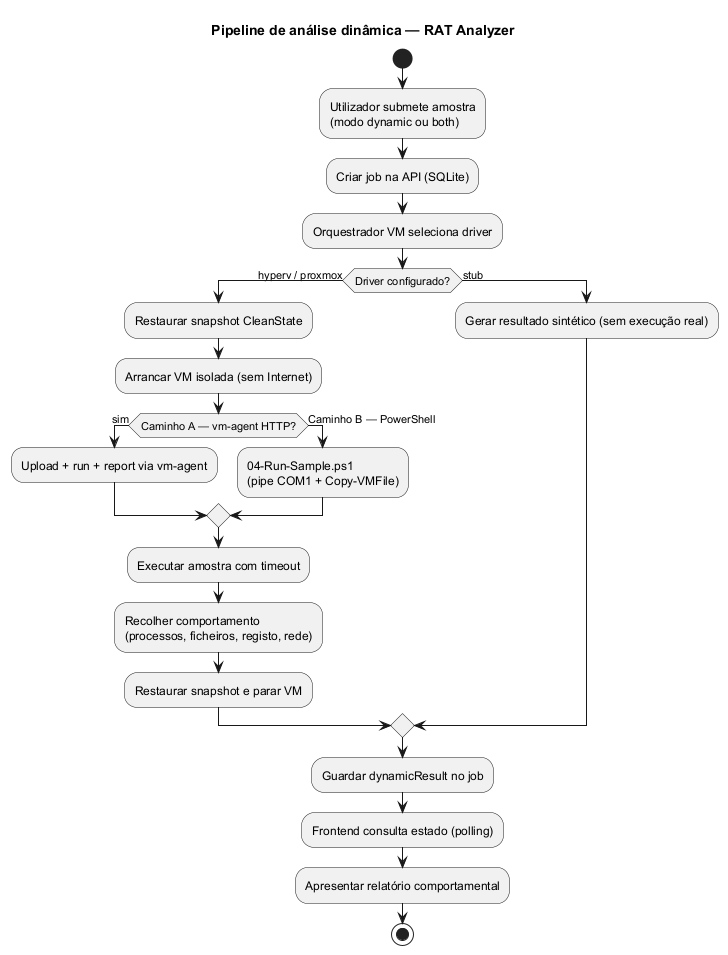
The PlantUML diagram relatório/imagens/fig-4-3-activity-dynamic.png in tlxp/PROJETO, before a commit. Source of this version:
```plantuml
@startuml fig-4-3-activity-dynamic
title Pipeline de análise dinâmica — RAT Analyzer

start
:Utilizador submete amostra\n(modo dynamic ou both);
:Criar job na API (SQLite);
:Orquestrador VM seleciona driver;

if (Driver configurado?) then (hyperv / proxmox)
  :Restaurar snapshot CleanState;
  :Arrancar VM isolada (sem Internet);
  if (Caminho A — vm-agent HTTP?) then (sim)
    :Upload + run + report via vm-agent;
  else (Caminho B — PowerShell)
    :04-Run-Sample.ps1\n(pipe COM1 + Copy-VMFile);
  endif
  :Executar amostra com timeout;
  :Recolher comportamento\n(processos, ficheiros, registo, rede);
  :Restaurar snapshot e parar VM;
else (stub)
  :Gerar resultado sintético (sem execução real);
endif

:Guardar dynamicResult no job;
:Frontend consulta estado (polling);
:Apresentar relatório comportamental;
stop

@enduml
```
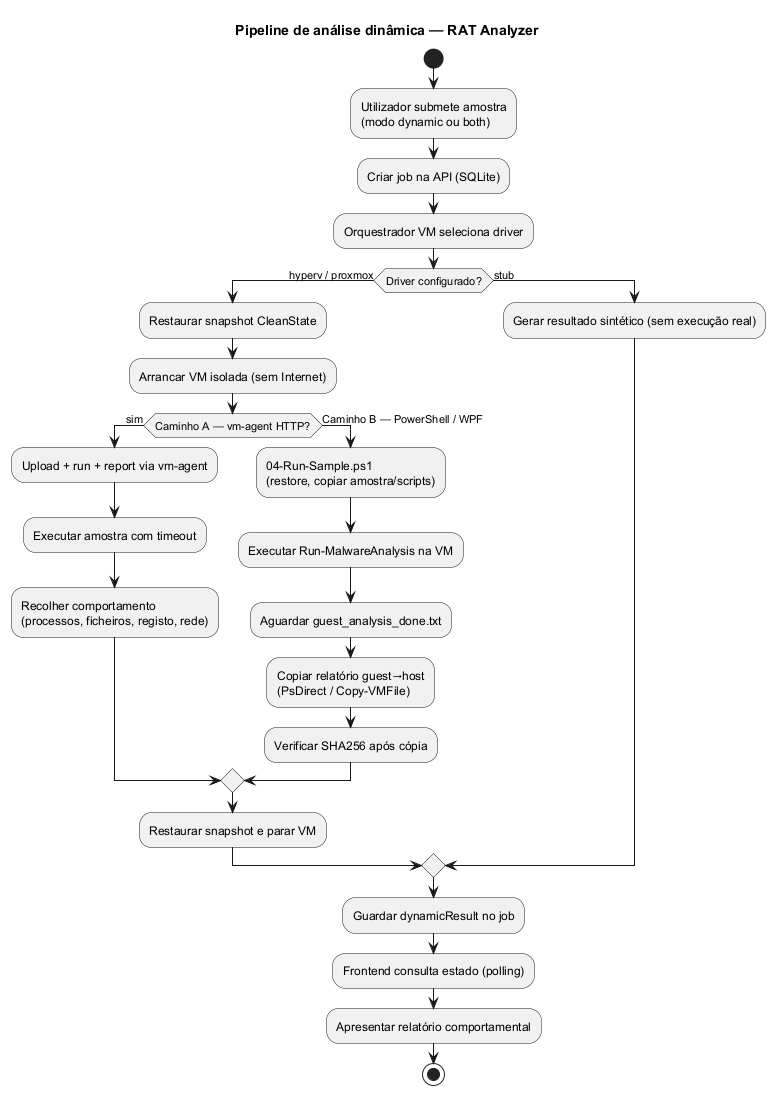
After the commit.

Change to the diagram source:
```diff
@@ -11,11 +11,15 @@
   :Arrancar VM isolada (sem Internet);
   if (Caminho A — vm-agent HTTP?) then (sim)
     :Upload + run + report via vm-agent;
-  else (Caminho B — PowerShell)
-    :04-Run-Sample.ps1\n(pipe COM1 + Copy-VMFile);
+    :Executar amostra com timeout;
+    :Recolher comportamento\n(processos, ficheiros, registo, rede);
+  else (Caminho B — PowerShell / WPF)
+    :04-Run-Sample.ps1\n(restore, copiar amostra/scripts);
+    :Executar Run-MalwareAnalysis na VM;
+    :Aguardar guest_analysis_done.txt;
+    :Copiar relatório guest→host\n(PsDirect / Copy-VMFile);
+    :Verificar SHA256 após cópia;
   endif
-  :Executar amostra com timeout;
-  :Recolher comportamento\n(processos, ficheiros, registo, rede);
   :Restaurar snapshot e parar VM;
 else (stub)
   :Gerar resultado sintético (sem execução real);
```
